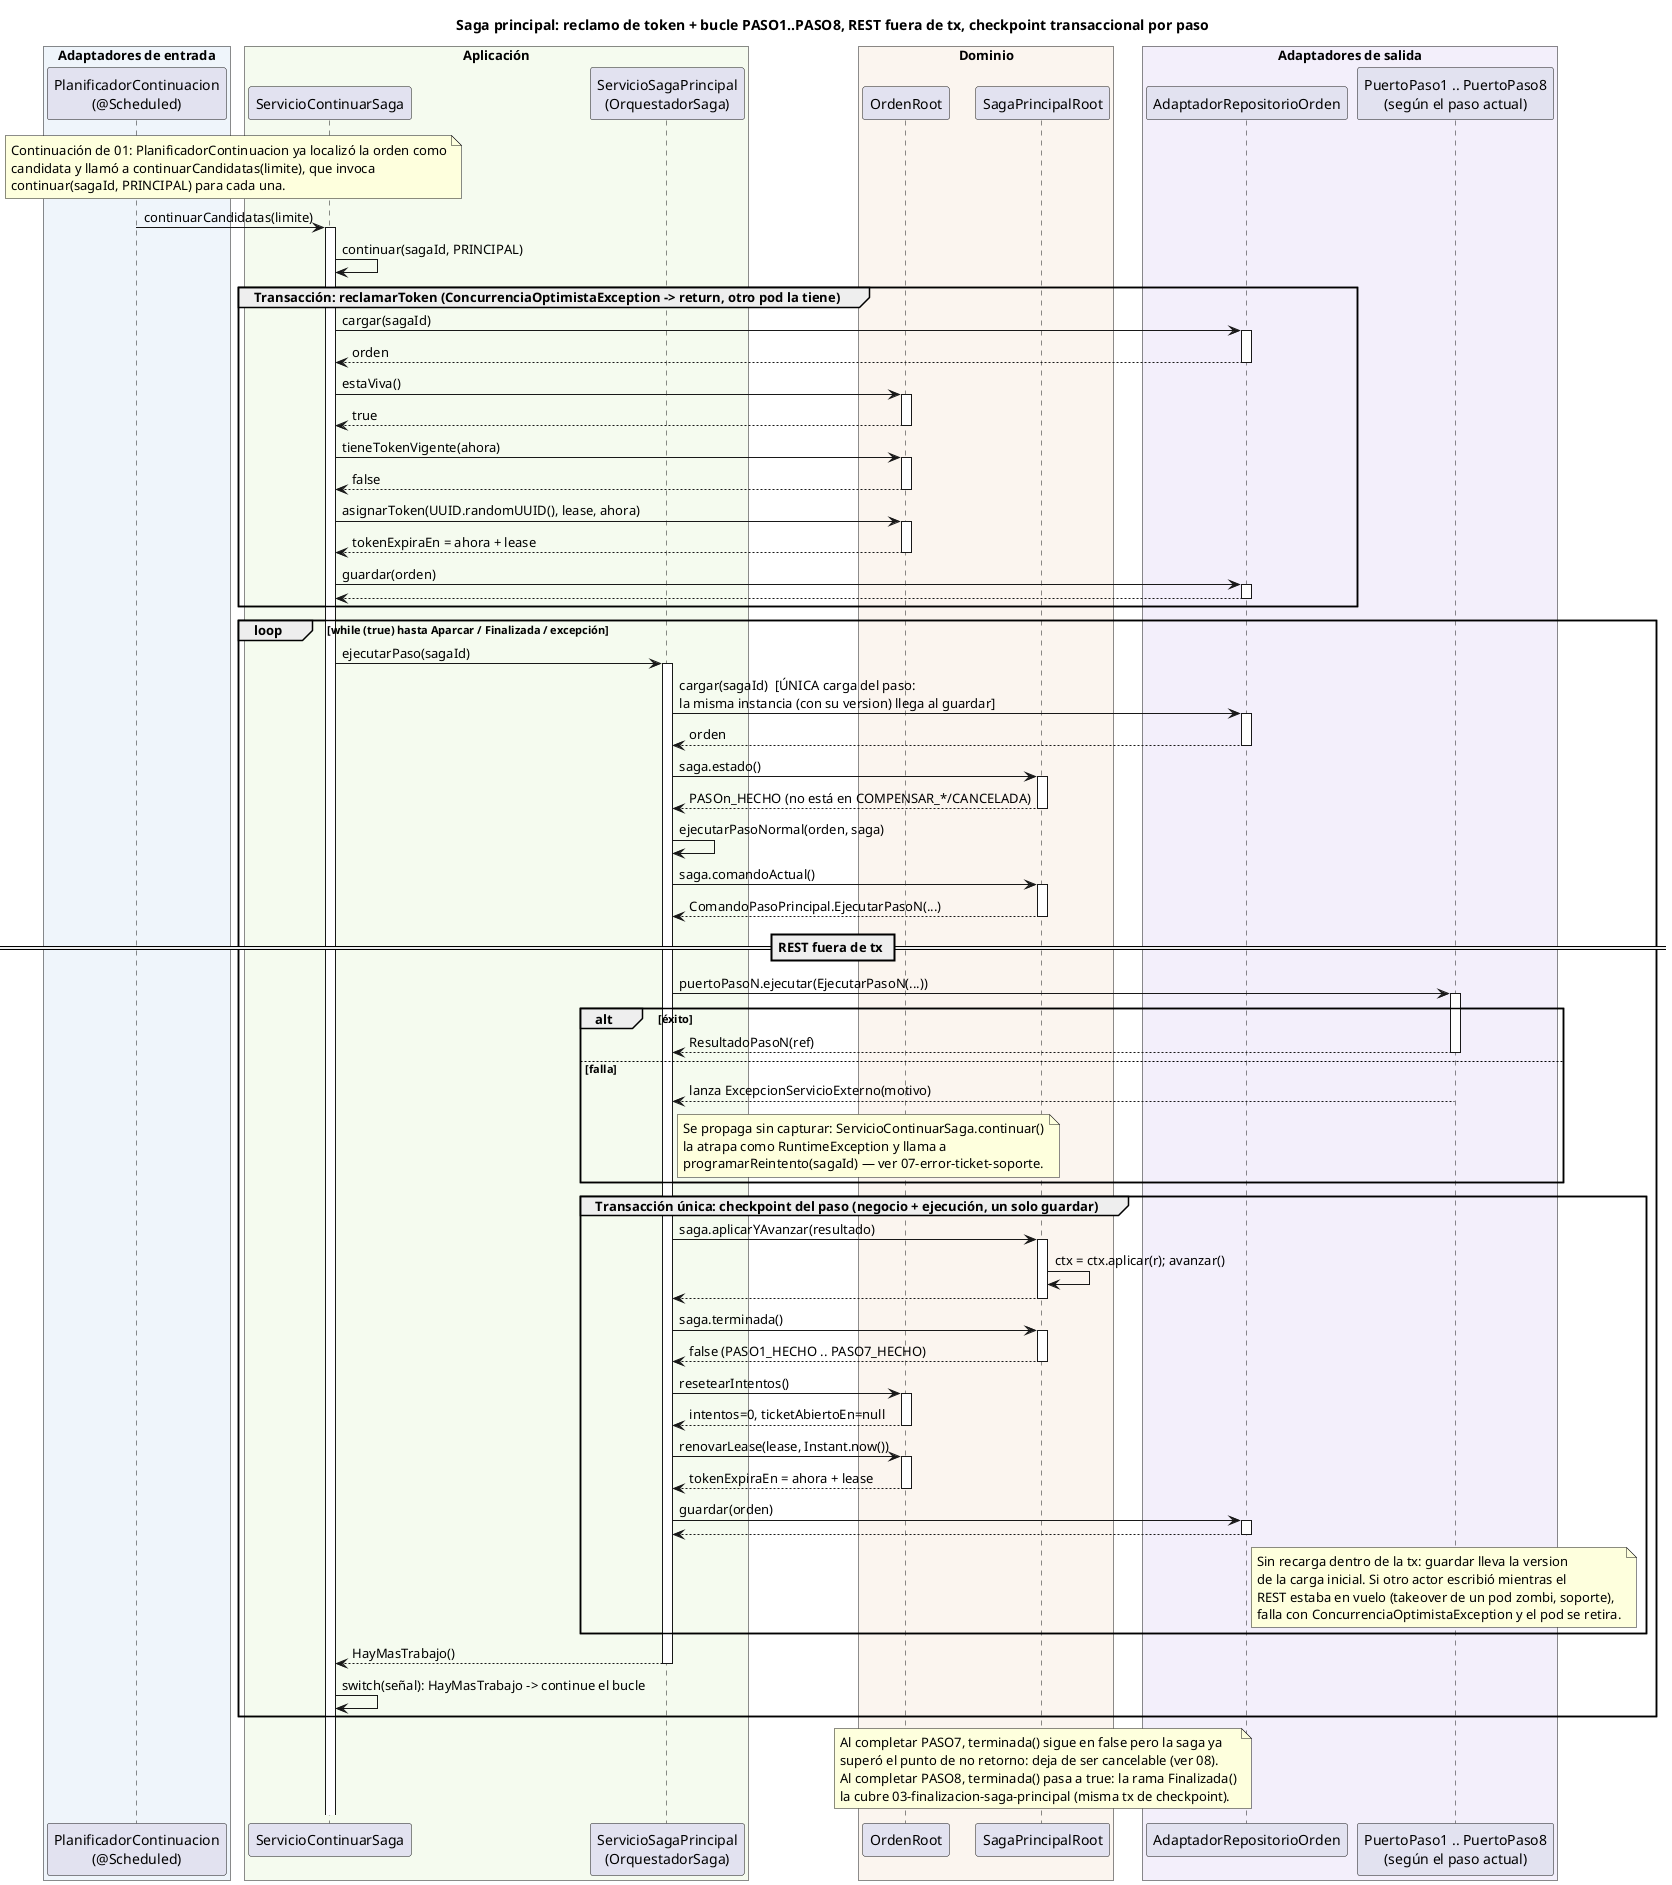
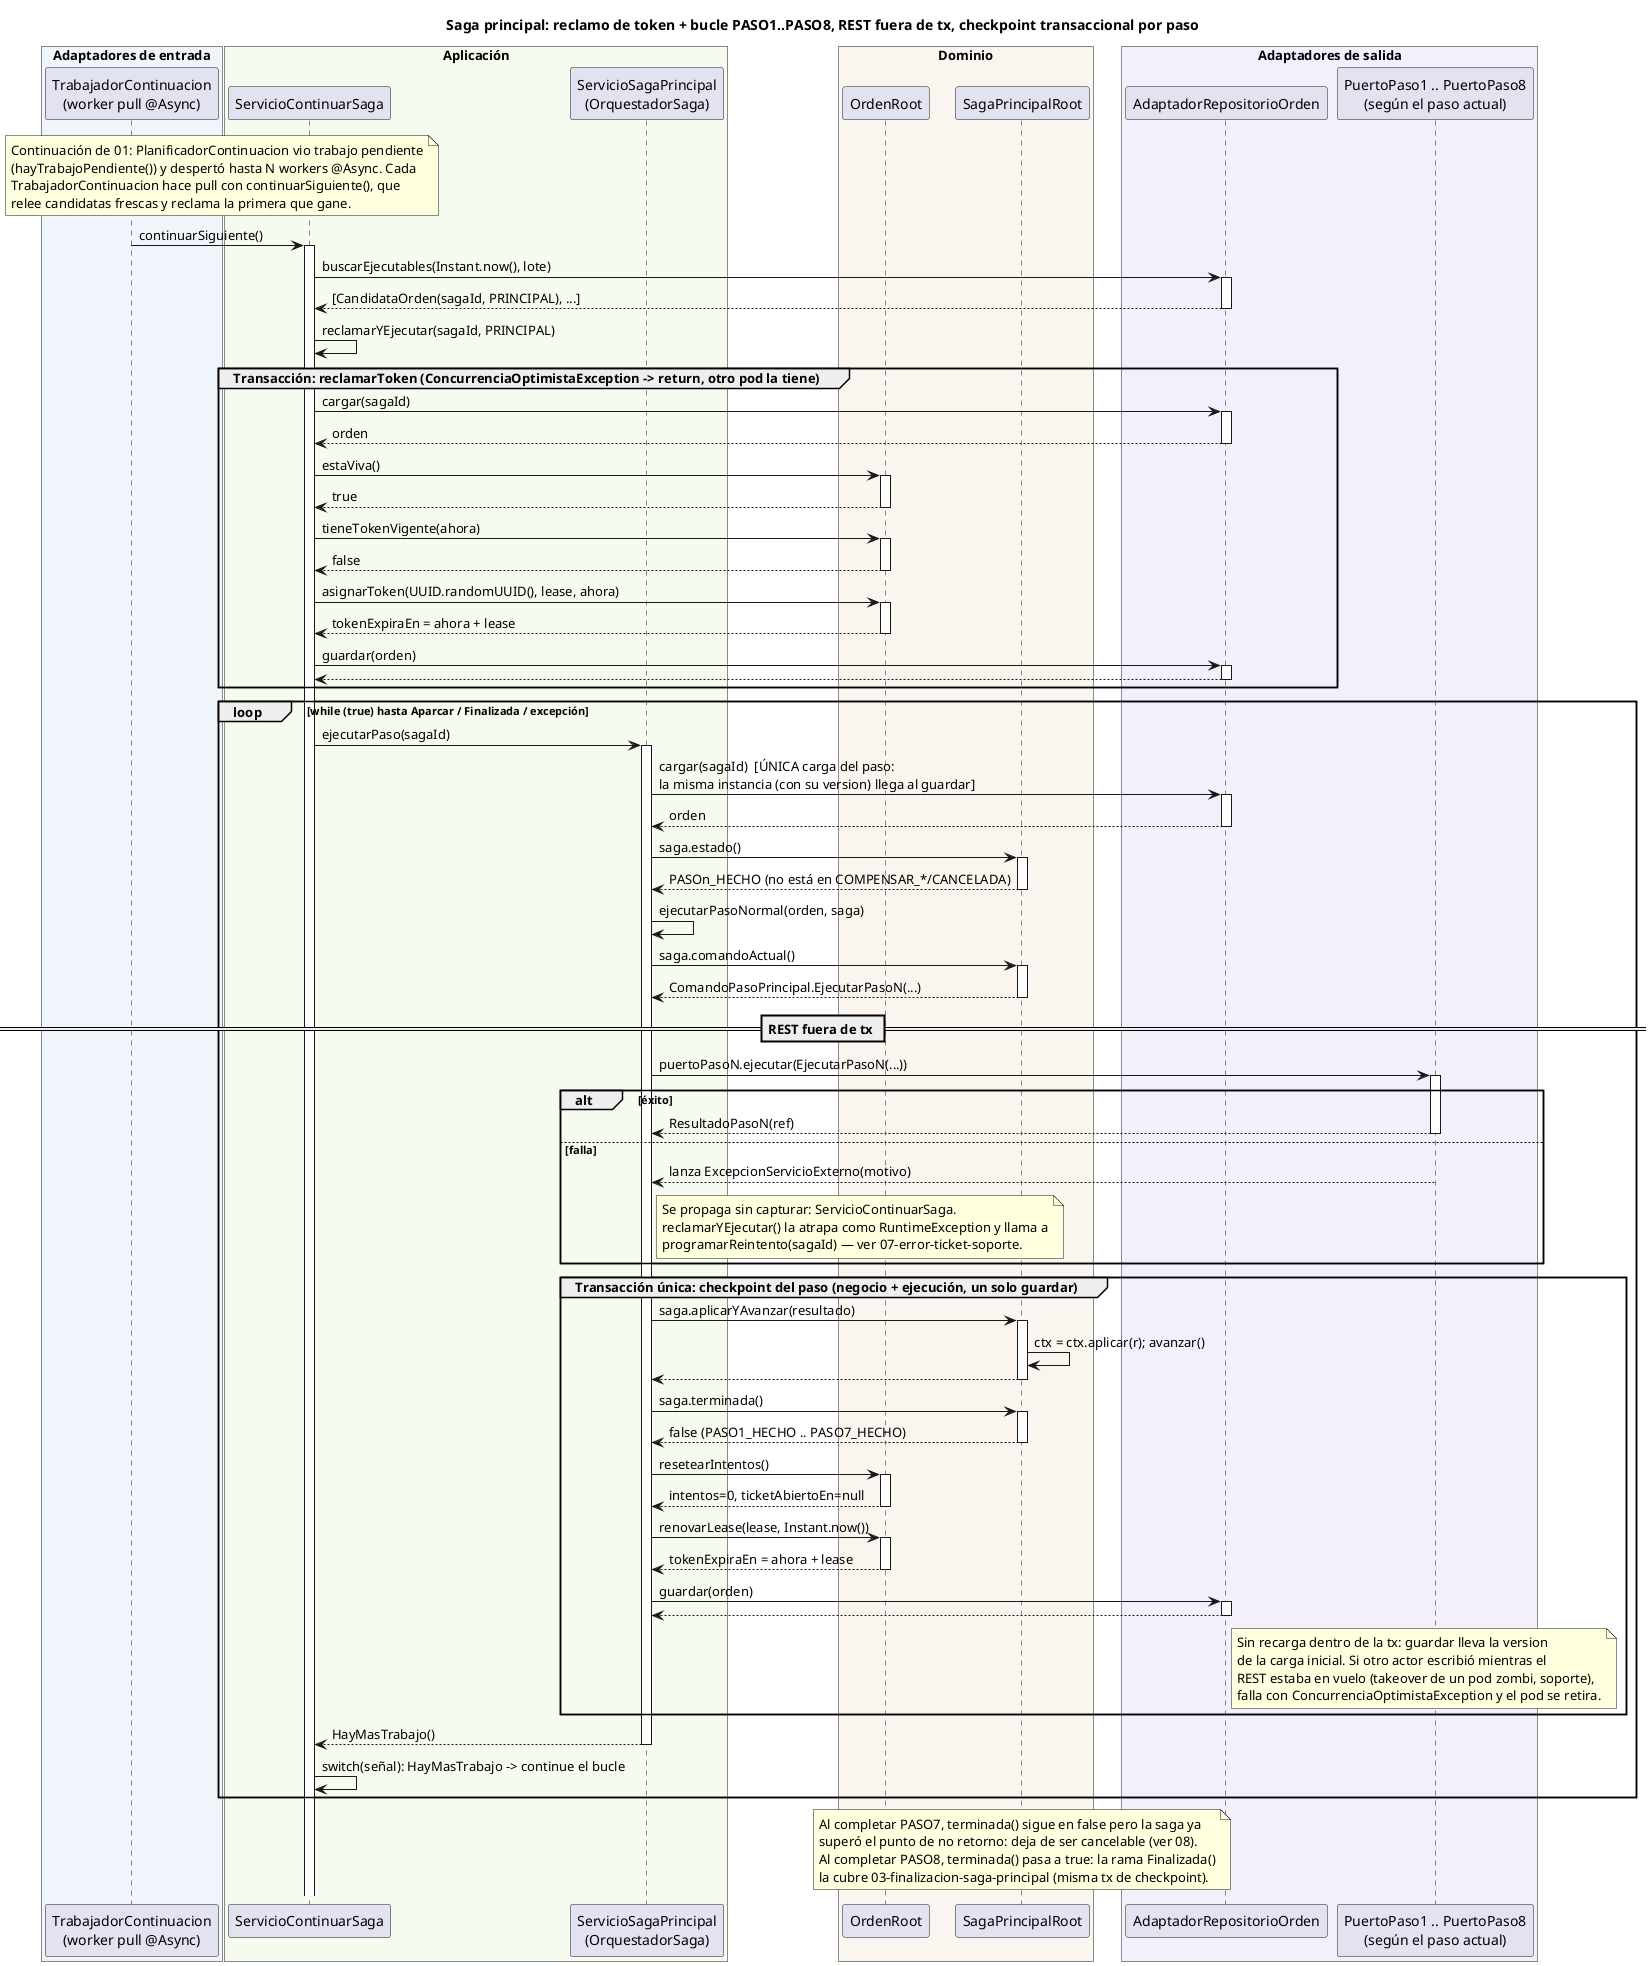
@startuml 02-pasos-saga-principal
title Saga principal: reclamo de token + bucle PASO1..PASO8, REST fuera de tx, checkpoint transaccional por paso

box "Adaptadores de entrada" #EFF5FB
-   participant "PlanificadorContinuacion\n(@Scheduled)" as PLAN
+   participant "TrabajadorContinuacion\n(worker pull @Async)" as TRAB
end box
box "Aplicación" #F5FBEF
  participant "ServicioContinuarSaga" as CONT
  participant "ServicioSagaPrincipal\n(OrquestadorSaga)" as ORQ
end box
box "Dominio" #FBF5EF
  participant "OrdenRoot" as ORDEN
  participant "SagaPrincipalRoot" as SAGA
end box
box "Adaptadores de salida" #F3EFFB
  participant "AdaptadorRepositorioOrden" as REPO
  participant "PuertoPaso1 .. PuertoPaso8\n(según el paso actual)" as PASOS
end box

- note over PLAN, CONT
-   Continuación de 01: PlanificadorContinuacion ya localizó la orden como
-   candidata y llamó a continuarCandidatas(limite), que invoca
-   continuar(sagaId, PRINCIPAL) para cada una.
+ note over TRAB, CONT
+   Continuación de 01: PlanificadorContinuacion vio trabajo pendiente
+   (hayTrabajoPendiente()) y despertó hasta N workers @Async. Cada
+   TrabajadorContinuacion hace pull con continuarSiguiente(), que
+   relee candidatas frescas y reclama la primera que gane.
end note

- PLAN -> CONT ++ : continuarCandidatas(limite)
- CONT -> CONT : continuar(sagaId, PRINCIPAL)
+ TRAB -> CONT ++ : continuarSiguiente()
+ CONT -> REPO ++ : buscarEjecutables(Instant.now(), lote)
+ return [CandidataOrden(sagaId, PRINCIPAL), ...]
+ CONT -> CONT : reclamarYEjecutar(sagaId, PRINCIPAL)

group Transacción: reclamarToken (ConcurrenciaOptimistaException -> return, otro pod la tiene)
  CONT -> REPO ++ : cargar(sagaId)
  return orden
  CONT -> ORDEN ++ : estaViva()
  return true
  CONT -> ORDEN ++ : tieneTokenVigente(ahora)
  return false
  CONT -> ORDEN ++ : asignarToken(UUID.randomUUID(), lease, ahora)
  return tokenExpiraEn = ahora + lease
  CONT -> REPO ++ : guardar(orden)
  return
end

loop while (true) hasta Aparcar / Finalizada / excepción
  CONT -> ORQ ++ : ejecutarPaso(sagaId)

  ORQ -> REPO ++ : cargar(sagaId)  [ÚNICA carga del paso:\nla misma instancia (con su version) llega al guardar]
  return orden
  ORQ -> SAGA ++ : saga.estado()
  return PASOn_HECHO (no está en COMPENSAR_*/CANCELADA)
  ORQ -> ORQ : ejecutarPasoNormal(orden, saga)
  ORQ -> SAGA ++ : saga.comandoActual()
  return ComandoPasoPrincipal.EjecutarPasoN(...)

  == REST fuera de tx ==
  ORQ -> PASOS ++ : puertoPasoN.ejecutar(EjecutarPasoN(...))
  alt éxito
    return ResultadoPasoN(ref)
  else falla
    PASOS --> ORQ : lanza ExcepcionServicioExterno(motivo)
    note right of ORQ
-       Se propaga sin capturar: ServicioContinuarSaga.continuar()
-       la atrapa como RuntimeException y llama a
+       Se propaga sin capturar: ServicioContinuarSaga.
+       reclamarYEjecutar() la atrapa como RuntimeException y llama a
      programarReintento(sagaId) — ver 07-error-ticket-soporte.
    end note
  end

  group Transacción única: checkpoint del paso (negocio + ejecución, un solo guardar)
    ORQ -> SAGA ++ : saga.aplicarYAvanzar(resultado)
    SAGA -> SAGA : ctx = ctx.aplicar(r); avanzar()
    return
    ORQ -> SAGA ++ : saga.terminada()
    return false (PASO1_HECHO .. PASO7_HECHO)
    ORQ -> ORDEN ++ : resetearIntentos()
    return intentos=0, ticketAbiertoEn=null
    ORQ -> ORDEN ++ : renovarLease(lease, Instant.now())
    return tokenExpiraEn = ahora + lease
    ORQ -> REPO ++ : guardar(orden)
    return
    note right of REPO
      Sin recarga dentro de la tx: guardar lleva la version
      de la carga inicial. Si otro actor escribió mientras el
      REST estaba en vuelo (takeover de un pod zombi, soporte),
      falla con ConcurrenciaOptimistaException y el pod se retira.
    end note
  end
  return HayMasTrabajo()
  CONT -> CONT : switch(señal): HayMasTrabajo -> continue el bucle
end

note over SAGA
  Al completar PASO7, terminada() sigue en false pero la saga ya
  superó el punto de no retorno: deja de ser cancelable (ver 08).
  Al completar PASO8, terminada() pasa a true: la rama Finalizada()
  la cubre 03-finalizacion-saga-principal (misma tx de checkpoint).
end note
@enduml
